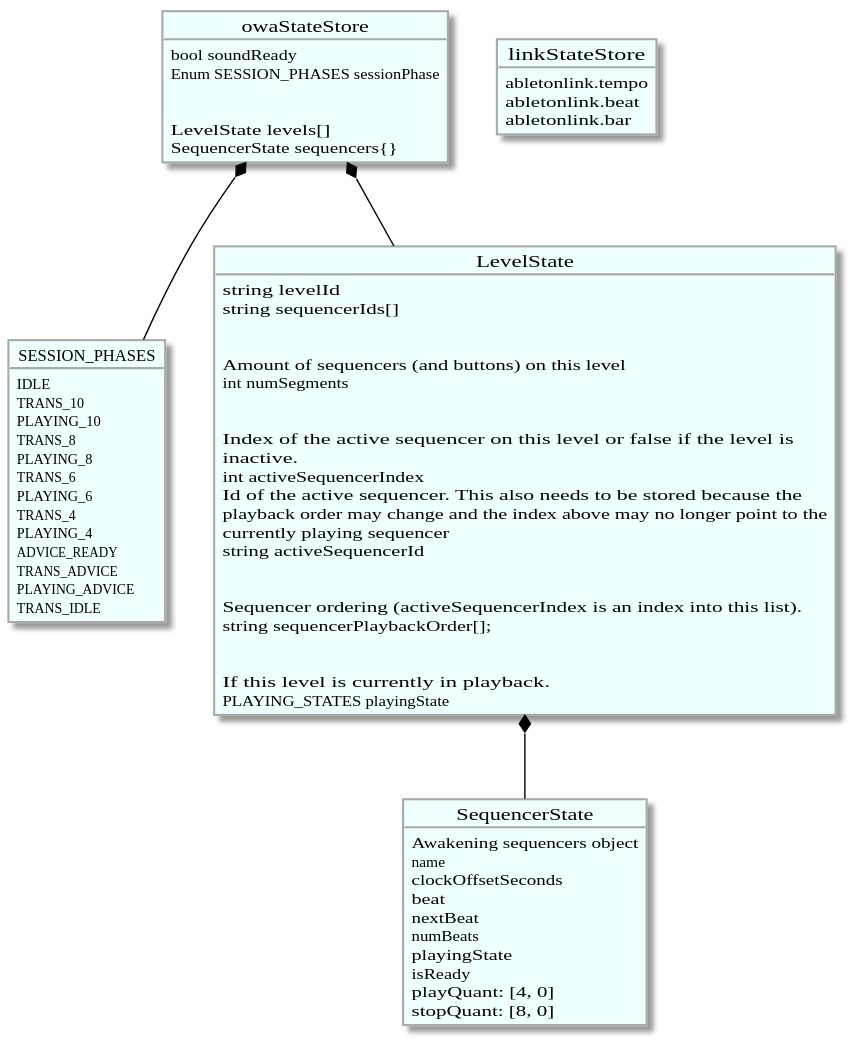
Earlier version of the PlantUML export docs/data_model.svg (awakeningio/owa).
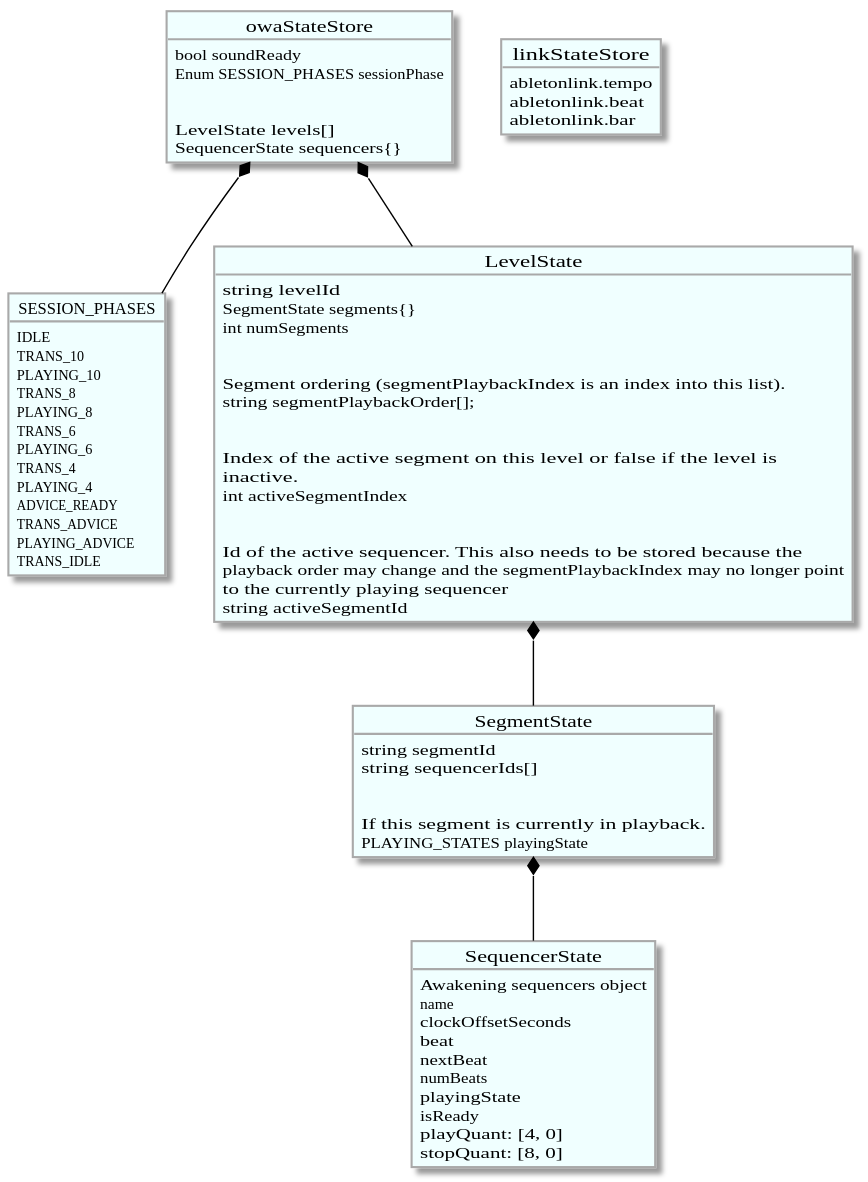
After the commit.

Diff of the diagram source:
```diff
@@ -66,28 +66,33 @@
 
 owaStateStore *-- SESSION_PHASES
 
+object SegmentState {
+  string segmentId
+  string sequencerIds[]
+  \n
+  If this segment is currently in playback.
+  PLAYING_STATES playingState
+}
+
 object LevelState {
   string levelId
-  string sequencerIds[]
-  \n
-  Amount of sequencers (and buttons) on this level
+  SegmentState segments{}
   int numSegments
   \n
-  Index of the active sequencer on this level or false if the level is
+  Segment ordering (segmentPlaybackIndex is an index into this list).
+  string segmentPlaybackOrder[];
+  \n
+  Index of the active segment on this level or false if the level is
   inactive.
-  int activeSequencerIndex
+  int activeSegmentIndex
+  \n
   Id of the active sequencer.  This also needs to be stored because the
-  playback order may change and the index above may no longer point to the
-  currently playing sequencer
-  string activeSequencerId
-  \n
-  Sequencer ordering (activeSequencerIndex is an index into this list).
-  string sequencerPlaybackOrder[];
-  \n
-  If this level is currently in playback.
-  PLAYING_STATES playingState
+  playback order may change and the segmentPlaybackIndex may no longer point
+  to the currently playing sequencer
+  string activeSegmentId
 }
 owaStateStore *-- LevelState
+LevelState *-- SegmentState
 
 object linkStateStore {
   abletonlink.tempo
@@ -108,7 +113,7 @@
   playQuant: [4, 0]
   stopQuant: [8, 0]
 }
-LevelState *-- SequencerState
+SegmentState *-- SequencerState
 
 
 @enduml
```
